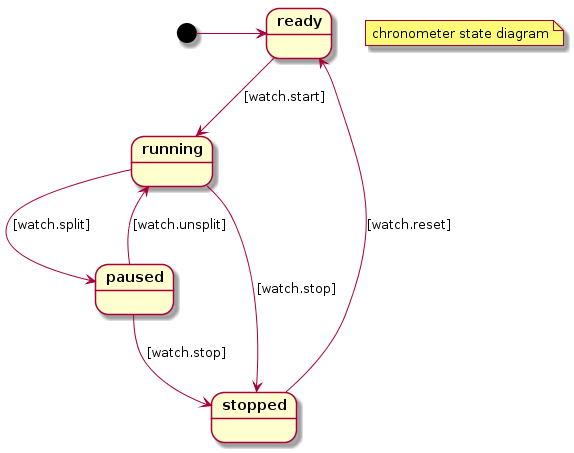
Above: img/chronometer.png in mryndzionek/scxml2plantuml (PlantUML), before the change. The source it was exported from:
```plantuml
@startuml

skinparam state {
  FontStyle bold
}

note "chronometer state diagram" as TITLENOTE

[*] -> ready
    ready --> running : [watch.start]

    running --> paused : [watch.split]

    running --> stopped : [watch.stop]

    paused --> running : [watch.unsplit]

    paused --> stopped : [watch.stop]

    stopped --> ready : [watch.reset]

@enduml
```
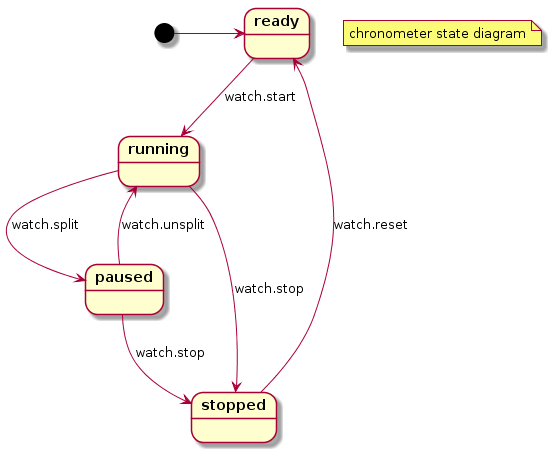
After the commit.

The edit, as a diff of the source:
```diff
@@ -7,16 +7,28 @@
 note "chronometer state diagram" as TITLENOTE
 
 [*] -> ready
-    ready --> running : [watch.start]
+state ready {
+    ready --> running : watch.start
 
-    running --> paused : [watch.split]
+}
 
-    running --> stopped : [watch.stop]
+state running {
+    running --> paused : watch.split
 
-    paused --> running : [watch.unsplit]
+    running --> stopped : watch.stop
 
-    paused --> stopped : [watch.stop]
+}
 
-    stopped --> ready : [watch.reset]
+state paused {
+    paused --> running : watch.unsplit
+
+    paused --> stopped : watch.stop
+
+}
+
+state stopped {
+    stopped --> ready : watch.reset
+
+}
 
 @enduml
```
